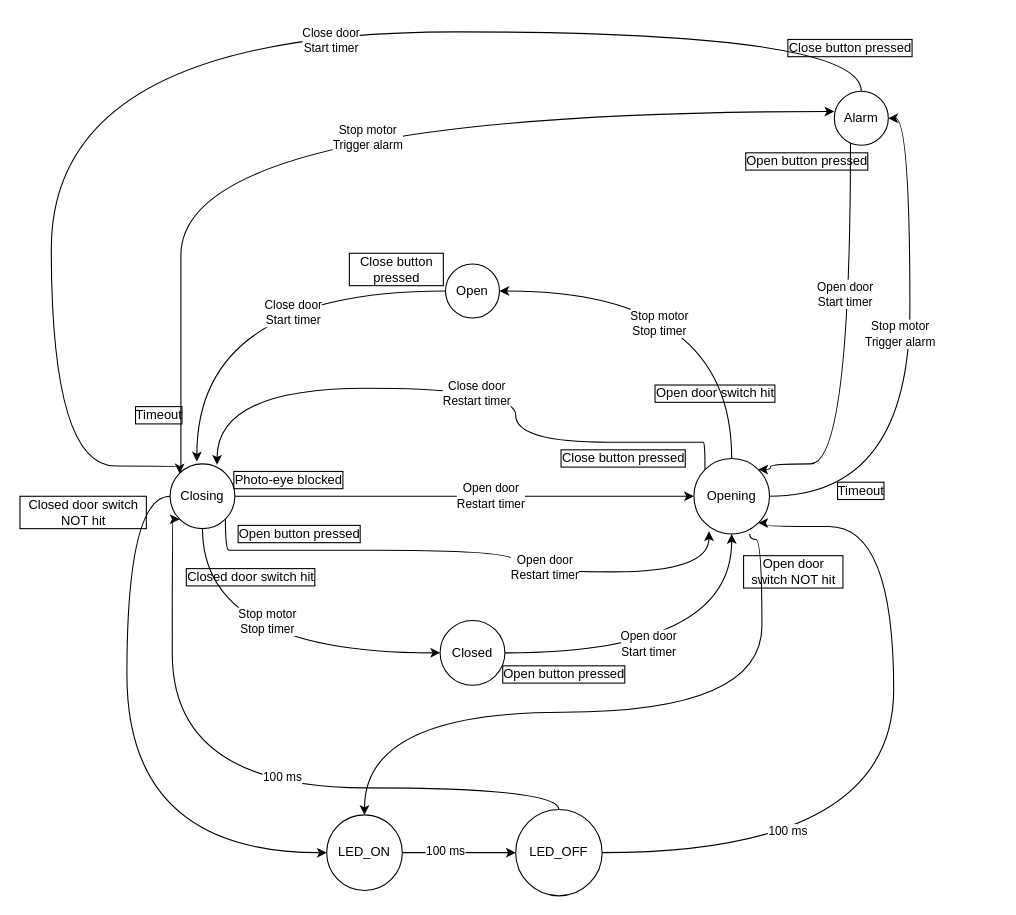
Above: AtmelStudio/Drafts/StateMachineGarageDoor/StateMachineGarageDoor/garageDoorStatemachine.drawio in xb0be/avr-programming (draw.io), before the change. Source tidied: cells renumbered, new cells numbered last; positions are measured from the earlier drawing's top-left corner, leaving out a move shared by most shapes. Both pictures are drawn from the tidied source at 108%, with x=0, y=0 at pixel (18, 31).
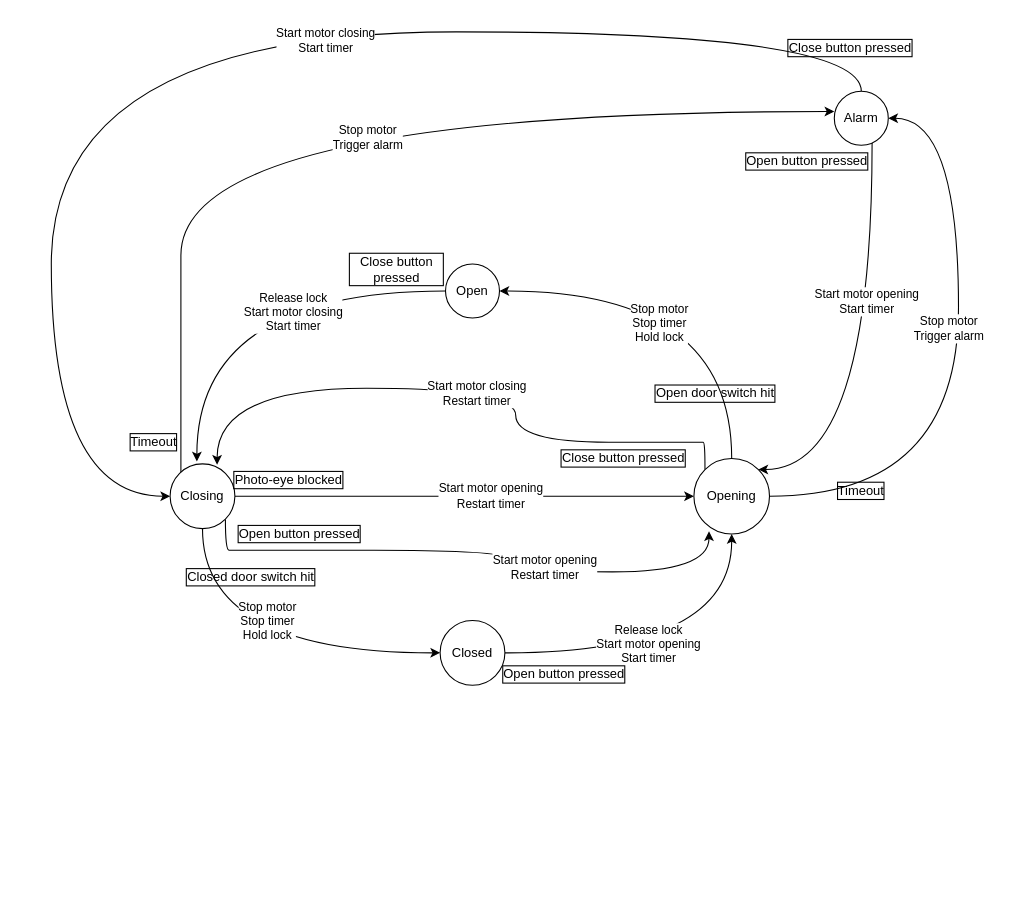
The same diagram, later.

Commit message:
removed LED states, fixes to text

The change refers to these unchanged cells:
```xml
<mxCell id="2" style="edgeStyle=orthogonalEdgeStyle;curved=1;rounded=0;jettySize=auto;html=1;entryX=0.413;entryY=-0.037;entryDx=0;entryDy=0;entryPerimeter=0;" parent="1" edge="1" source="4" target="14">
  <mxGeometry relative="1" as="geometry" />
</mxCell>
<mxCell id="5" style="edgeStyle=orthogonalEdgeStyle;curved=1;rounded=0;jettySize=auto;html=1;entryX=0;entryY=0.5;entryDx=0;entryDy=0;exitX=0.5;exitY=1;exitDx=0;exitDy=0;" parent="1" edge="1" source="14" target="17">
  <mxGeometry relative="1" as="geometry" />
</mxCell>
<mxCell id="9" style="edgeStyle=orthogonalEdgeStyle;curved=1;rounded=0;jettySize=auto;html=1;entryX=0;entryY=0.5;entryDx=0;entryDy=0;" parent="1" edge="1" source="14" target="25">
  <mxGeometry relative="1" as="geometry" />
</mxCell>
<mxCell id="12" style="edgeStyle=orthogonalEdgeStyle;curved=1;rounded=0;jettySize=auto;html=1;exitX=1;exitY=1;exitDx=0;exitDy=0;entryX=0.2;entryY=0.963;entryDx=0;entryDy=0;entryPerimeter=0;" parent="1" edge="1" source="14" target="25">
  <mxGeometry relative="1" as="geometry">
    <Array as="points">
      <mxPoint x="198" y="480" />
      <mxPoint x="460" y="480" />
      <mxPoint x="460" y="500" />
      <mxPoint x="636" y="500" />
    </Array>
  </mxGeometry>
</mxCell>
<mxCell id="14" value="Closing" style="ellipse;whiteSpace=wrap;html=1;" parent="1" vertex="1">
  <mxGeometry x="140" y="400" width="60" height="60" as="geometry" />
</mxCell>
<mxCell id="15" style="edgeStyle=orthogonalEdgeStyle;rounded=0;jettySize=auto;html=1;entryX=0.5;entryY=1;entryDx=0;entryDy=0;curved=1;" parent="1" edge="1" source="17" target="25">
  <mxGeometry relative="1" as="geometry" />
</mxCell>
<mxCell id="18" style="edgeStyle=orthogonalEdgeStyle;curved=1;rounded=0;jettySize=auto;html=1;entryX=1;entryY=0.5;entryDx=0;entryDy=0;exitX=0.5;exitY=0;exitDx=0;exitDy=0;" parent="1" edge="1" source="25" target="4">
  <mxGeometry relative="1" as="geometry" />
</mxCell>
<mxCell id="23" style="edgeStyle=orthogonalEdgeStyle;rounded=0;jettySize=auto;html=1;exitX=0;exitY=0;exitDx=0;exitDy=0;entryX=0.725;entryY=0.013;entryDx=0;entryDy=0;entryPerimeter=0;curved=1;" parent="1" edge="1" source="25" target="14">
  <mxGeometry relative="1" as="geometry">
    <Array as="points">
      <mxPoint x="632" y="380" />
      <mxPoint x="460" y="380" />
      <mxPoint x="460" y="330" />
      <mxPoint x="188" y="330" />
    </Array>
  </mxGeometry>
</mxCell>
<mxCell id="25" value="Opening" style="ellipse;whiteSpace=wrap;html=1;" parent="1" vertex="1">
  <mxGeometry x="625" y="395" width="70" height="70" as="geometry" />
</mxCell>
<mxCell id="30" value="Alarm" style="ellipse;whiteSpace=wrap;html=1;" parent="1" vertex="1">
  <mxGeometry x="755" y="55" width="50" height="50" as="geometry" />
</mxCell>
```

Change to the diagram source:
```diff
@@
-    <mxCell id="3" value="Close door&lt;br&gt;Start timer" style="edgeLabel;html=1;align=center;verticalAlign=middle;" parent="2" vertex="1">
+    <mxCell id="3" value="Release lock&lt;br&gt;Start motor closing&lt;br&gt;Start timer" style="edgeLabel;html=1;align=center;verticalAlign=middle;" parent="2" vertex="1">
       <mxGeometry x="-0.13" y="6" width="80" height="40" relative="1" as="geometry">
         <mxPoint x="-12" y="-6" as="offset" />
       </mxGeometry>
     </mxCell>
@@
-    <mxCell id="6" value="Stop motor&lt;br&gt;Stop timer" style="edgeLabel;html=1;align=center;verticalAlign=middle;" parent="5" vertex="1">
+    <mxCell id="6" value="Stop motor&lt;br&gt;Stop timer&lt;br&gt;Hold lock" style="edgeLabel;html=1;align=center;verticalAlign=middle;" parent="5" vertex="1">
       <mxGeometry x="-0.43" y="22" width="80" height="40" relative="1" as="geometry">
         <mxPoint x="-2" y="-29" as="offset" />
       </mxGeometry>
     </mxCell>
@@
-    <mxCell id="10" value="Open door&lt;br&gt;Restart timer" style="edgeLabel;html=1;align=center;verticalAlign=middle;" parent="9" vertex="1">
+    <mxCell id="10" value="Start motor opening&lt;br&gt;Restart timer" style="edgeLabel;html=1;align=center;verticalAlign=middle;" parent="9" vertex="1">
       <mxGeometry x="-0.05" width="90" height="40" relative="1" as="geometry">
         <mxPoint x="-10" y="-20" as="offset" />
       </mxGeometry>
     </mxCell>
-    <mxCell id="11" style="edgeStyle=orthogonalEdgeStyle;curved=1;rounded=0;jettySize=auto;html=1;entryX=0;entryY=0.5;entryDx=0;entryDy=0;" parent="1" edge="1" source="14" target="39">
-      <mxGeometry relative="1" as="geometry">
-        <Array as="points">
-          <mxPoint x="100" y="430" />
-          <mxPoint x="100" y="760" />
-        </Array>
-      </mxGeometry>
-    </mxCell>
@@
-    <mxCell id="13" value="Open door&lt;br&gt;Restart timer" style="edgeLabel;html=1;align=center;verticalAlign=middle;" parent="12" vertex="1">
+    <mxCell id="13" value="Start motor opening&lt;br&gt;Restart timer" style="edgeLabel;html=1;align=center;verticalAlign=middle;" parent="12" vertex="1">
       <mxGeometry x="0.29" y="4" width="90" height="40" relative="1" as="geometry">
         <mxPoint x="-45" y="-20" as="offset" />
       </mxGeometry>
     </mxCell>
@@
-    <mxCell id="16" value="Open door&lt;br&gt;Start timer" style="edgeLabel;html=1;align=center;verticalAlign=middle;" parent="15" vertex="1">
+    <mxCell id="16" value="Release lock&lt;br&gt;Start motor opening&lt;br&gt;Start timer" style="edgeLabel;html=1;align=center;verticalAlign=middle;" parent="15" vertex="1">
       <mxGeometry x="-0.17" y="8" width="80" height="40" relative="1" as="geometry">
         <mxPoint x="-40" y="-20" as="offset" />
       </mxGeometry>
     </mxCell>
@@
-    <mxCell id="19" value="Stop motor&lt;br&gt;Stop timer" style="edgeLabel;html=1;align=center;verticalAlign=middle;" parent="18" vertex="1">
+    <mxCell id="19" value="Stop motor&lt;br&gt;Stop timer&lt;br&gt;Hold lock" style="edgeLabel;html=1;align=center;verticalAlign=middle;" parent="18" vertex="1">
       <mxGeometry x="0.2" y="11" width="80" height="40" relative="1" as="geometry">
         <mxPoint x="-40" y="-1" as="offset" />
       </mxGeometry>
     </mxCell>
     <mxCell id="20" style="edgeStyle=orthogonalEdgeStyle;rounded=0;jettySize=auto;html=1;entryX=1;entryY=0.5;entryDx=0;entryDy=0;curved=1;startArrow=none;exitX=1;exitY=0.5;exitDx=0;exitDy=0;" parent="1" edge="1" source="25" target="30">
-      <mxGeometry relative="1" as="geometry" />
+      <mxGeometry relative="1" as="geometry">
+        <Array as="points">
+          <mxPoint x="870" y="430" />
+          <mxPoint x="870" y="80" />
+        </Array>
+      </mxGeometry>
     </mxCell>
@@
-    <mxCell id="22" style="edgeStyle=orthogonalEdgeStyle;curved=1;rounded=0;jettySize=auto;html=1;exitX=0.738;exitY=1;exitDx=0;exitDy=0;entryX=0.5;entryY=0;entryDx=0;entryDy=0;exitPerimeter=0;" parent="1" edge="1" source="25" target="39">
-      <mxGeometry relative="1" as="geometry">
-        <Array as="points">
-          <mxPoint x="688" y="470" />
-          <mxPoint x="688" y="630" />
-          <mxPoint x="320" y="630" />
-        </Array>
-      </mxGeometry>
-    </mxCell>
@@
-    <mxCell id="24" value="Close door&lt;br&gt;Restart timer" style="edgeLabel;html=1;align=center;verticalAlign=middle;" parent="23" vertex="1">
+    <mxCell id="24" value="Start motor closing&lt;br&gt;Restart timer" style="edgeLabel;html=1;align=center;verticalAlign=middle;" parent="23" vertex="1">
       <mxGeometry x="-0.04" y="5" width="90" height="40" relative="1" as="geometry">
         <mxPoint x="-45" y="-20" as="offset" />
       </mxGeometry>
     </mxCell>
@@
-    <mxCell id="26" style="edgeStyle=orthogonalEdgeStyle;rounded=0;jettySize=auto;html=1;curved=1;entryX=0;entryY=0;entryDx=0;entryDy=0;" parent="1" edge="1" source="30" target="14">
+    <mxCell id="26" style="edgeStyle=orthogonalEdgeStyle;rounded=0;jettySize=auto;html=1;curved=1;entryX=0;entryY=0.5;entryDx=0;entryDy=0;" parent="1" edge="1" source="30" target="14">
       <mxGeometry relative="1" as="geometry">
         <Array as="points">
           <mxPoint x="780" />
           <mxPoint x="30" />
-          <mxPoint x="30" y="402" />
+          <mxPoint x="30" y="430" />
         </Array>
       </mxGeometry>
     </mxCell>
-    <mxCell id="27" value="Close door&lt;br&gt;Start timer" style="edgeLabel;html=1;align=center;verticalAlign=middle;" parent="26" vertex="1">
+    <mxCell id="27" value="Start motor closing&lt;br&gt;Start timer" style="edgeLabel;html=1;align=center;verticalAlign=middle;" parent="26" vertex="1">
       <mxGeometry x="-0.18" y="8" width="80" height="40" relative="1" as="geometry">
         <mxPoint x="-40" y="-20" as="offset" />
       </mxGeometry>
     </mxCell>
     <mxCell id="28" style="edgeStyle=orthogonalEdgeStyle;rounded=0;jettySize=auto;html=1;entryX=1;entryY=0;entryDx=0;entryDy=0;curved=1;" parent="1" edge="1" source="30" target="25">
       <mxGeometry relative="1" as="geometry">
         <Array as="points">
-          <mxPoint x="770" y="400" />
-          <mxPoint x="696" y="400" />
-          <mxPoint x="696" y="405" />
+          <mxPoint x="790" y="405" />
         </Array>
       </mxGeometry>
     </mxCell>
-    <mxCell id="29" value="Open door&lt;br&gt;Start timer" style="edgeLabel;html=1;align=center;verticalAlign=middle;" parent="28" vertex="1">
+    <mxCell id="29" value="Start motor opening&lt;br&gt;Start timer" style="edgeLabel;html=1;align=center;verticalAlign=middle;" parent="28" vertex="1">
       <mxGeometry x="-0.28" y="-5" width="80" height="40" relative="1" as="geometry">
         <mxPoint x="-40" y="-20" as="offset" />
       </mxGeometry>
     </mxCell>
@@
     <mxCell id="36" value="Timeout" style="text;html=1;strokeColor=none;fillColor=none;align=center;verticalAlign=middle;whiteSpace=wrap;rounded=0;labelBorderColor=default;" parent="1" vertex="1">
-      <mxGeometry x="95" y="340" width="70" height="30" as="geometry" />
+      <mxGeometry x="90" y="365" width="70" height="30" as="geometry" />
     </mxCell>
-    <mxCell id="37" style="edgeStyle=orthogonalEdgeStyle;curved=1;rounded=0;jettySize=auto;html=1;entryX=0;entryY=0.5;entryDx=0;entryDy=0;" parent="1" edge="1" source="39" target="44">
-      <mxGeometry relative="1" as="geometry" />
-    </mxCell>
-    <mxCell id="38" value="100 ms" style="edgeLabel;html=1;align=center;verticalAlign=middle;" parent="37" vertex="1">
-      <mxGeometry x="-0.24" y="1" width="60" height="30" relative="1" as="geometry">
-        <mxPoint x="-30" y="-15" as="offset" />
-      </mxGeometry>
-    </mxCell>
-    <mxCell id="39" value="LED_ON" style="ellipse;whiteSpace=wrap;html=1;" parent="1" vertex="1">
-      <mxGeometry x="285" y="725" width="70" height="70" as="geometry" />
-    </mxCell>
-    <mxCell id="40" style="edgeStyle=orthogonalEdgeStyle;curved=1;rounded=0;jettySize=auto;html=1;entryX=0;entryY=1;entryDx=0;entryDy=0;" parent="1" edge="1" source="44" target="14">
-      <mxGeometry relative="1" as="geometry">
-        <Array as="points">
-          <mxPoint x="500" y="700" />
-          <mxPoint x="142" y="700" />
-        </Array>
-      </mxGeometry>
-    </mxCell>
-    <mxCell id="41" value="100 ms" style="edgeLabel;html=1;align=center;verticalAlign=middle;" parent="40" vertex="1">
-      <mxGeometry x="-0.13" y="-10" width="60" height="30" relative="1" as="geometry">
-        <mxPoint x="-30" y="-15" as="offset" />
-      </mxGeometry>
-    </mxCell>
-    <mxCell id="42" style="edgeStyle=orthogonalEdgeStyle;curved=1;rounded=0;jettySize=auto;html=1;entryX=1;entryY=1;entryDx=0;entryDy=0;" parent="1" edge="1" source="44" target="25">
-      <mxGeometry relative="1" as="geometry">
-        <Array as="points">
-          <mxPoint x="810" y="760" />
-          <mxPoint x="810" y="458" />
-          <mxPoint x="690" y="458" />
-          <mxPoint x="690" y="455" />
-        </Array>
-      </mxGeometry>
-    </mxCell>
-    <mxCell id="43" value="100 ms" style="edgeLabel;html=1;align=center;verticalAlign=middle;" parent="42" vertex="1">
-      <mxGeometry x="-0.51" y="20" width="60" height="30" relative="1" as="geometry">
-        <mxPoint x="-30" y="-15" as="offset" />
-      </mxGeometry>
-    </mxCell>
-    <mxCell id="44" value="LED_OFF" style="ellipse;whiteSpace=wrap;html=1;" parent="1" vertex="1">
-      <mxGeometry x="460" y="720" width="80" height="80" as="geometry" />
-    </mxCell>
-    <mxCell id="45" value="Closed door switch NOT hit" style="text;html=1;strokeColor=none;fillColor=none;align=center;verticalAlign=middle;whiteSpace=wrap;rounded=0;labelBorderColor=default;" parent="1" vertex="1">
-      <mxGeometry y="425" width="120" height="40" as="geometry" />
-    </mxCell>
-    <mxCell id="46" value="Open door switch NOT hit" style="text;html=1;strokeColor=none;fillColor=none;align=center;verticalAlign=middle;whiteSpace=wrap;rounded=0;labelBorderColor=default;" parent="1" vertex="1">
-      <mxGeometry x="670" y="480" width="95" height="40" as="geometry" />
-    </mxCell>
-    <mxCell id="47" style="edgeStyle=orthogonalEdgeStyle;curved=1;rounded=0;orthogonalLoop=1;jettySize=auto;html=1;exitX=0.5;exitY=1;exitDx=0;exitDy=0;" parent="1" edge="1" source="46" target="46">
-      <mxGeometry relative="1" as="geometry" />
+    <mxCell id="47" style="edgeStyle=orthogonalEdgeStyle;curved=1;rounded=0;orthogonalLoop=1;jettySize=auto;html=1;exitX=0.5;exitY=1;exitDx=0;exitDy=0;" parent="1" edge="1">
+      <mxGeometry relative="1" as="geometry">
+        <mxPoint x="717.5" y="520" as="sourcePoint" />
+        <mxPoint x="717.5" y="520" as="targetPoint" />
+      </mxGeometry>
     </mxCell>
```
